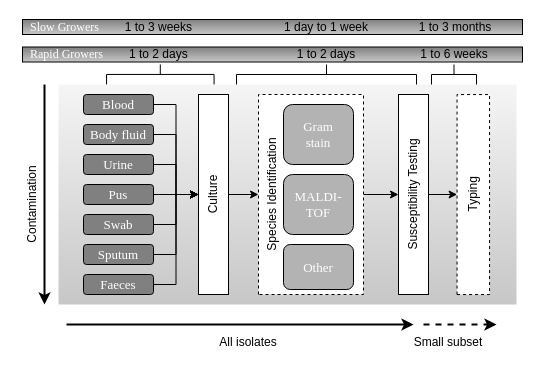
This is figures/introduction/Figure 2 source/Figure 2.drawio from cimendes/PhD-Thesis, a draw.io file, before an edit. Source tidied: cells renumbered, new cells numbered last; positions are measured from the earlier drawing's top-left corner, leaving out a move shared by most shapes. Both pictures are drawn from the tidied source at 100%, with x=0, y=0 at pixel (2, -16).
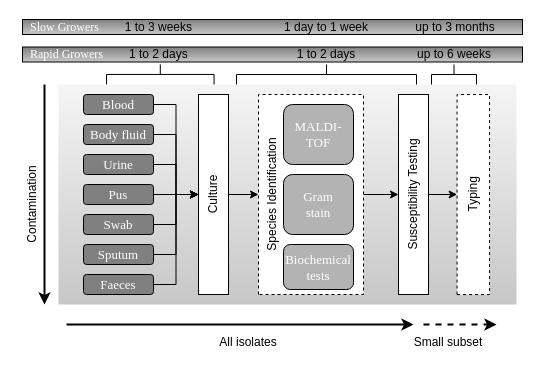
Above is the later version.

Diff of the diagram source:
```diff
@@
-    <mxCell id="22" value="Gram &lt;br&gt;stain" style="rounded=1;whiteSpace=wrap;html=1;labelBackgroundColor=none;fontFamily=Times New Roman;fontSize=13;fontColor=#FFFFFF;fillColor=#B3B3B3;" parent="1" vertex="1">
+    <mxCell id="22" value="MALDI-TOF" style="rounded=1;whiteSpace=wrap;html=1;labelBackgroundColor=none;fontFamily=Times New Roman;fontSize=13;fontColor=#FFFFFF;fillColor=#B3B3B3;" parent="1" vertex="1">
       <mxGeometry x="281" y="120" width="70" height="60" as="geometry" />
     </mxCell>
-    <mxCell id="23" value="MALDI-TOF" style="rounded=1;whiteSpace=wrap;html=1;labelBackgroundColor=none;fontFamily=Times New Roman;fontSize=13;fontColor=#FFFFFF;fillColor=#B3B3B3;" parent="1" vertex="1">
+    <mxCell id="23" value="Gram&lt;br&gt;stain" style="rounded=1;whiteSpace=wrap;html=1;labelBackgroundColor=none;fontFamily=Times New Roman;fontSize=13;fontColor=#FFFFFF;fillColor=#B3B3B3;" parent="1" vertex="1">
       <mxGeometry x="281" y="190" width="70" height="60" as="geometry" />
     </mxCell>
-    <mxCell id="24" value="Other" style="rounded=1;whiteSpace=wrap;html=1;labelBackgroundColor=none;fontFamily=Times New Roman;fontSize=13;fontColor=#FFFFFF;fillColor=#B3B3B3;" parent="1" vertex="1">
+    <mxCell id="24" value="Biochemical tests" style="rounded=1;whiteSpace=wrap;html=1;labelBackgroundColor=none;fontFamily=Times New Roman;fontSize=13;fontColor=#FFFFFF;fillColor=#B3B3B3;" parent="1" vertex="1">
       <mxGeometry x="281" y="260" width="70" height="45" as="geometry" />
     </mxCell>
@@
-    <mxCell id="37" value="1 to 6 weeks" style="text;html=1;strokeColor=none;fillColor=none;align=center;verticalAlign=middle;whiteSpace=wrap;rounded=0;" parent="1" vertex="1">
+    <mxCell id="37" value="up to 6 weeks" style="text;html=1;strokeColor=none;fillColor=none;align=center;verticalAlign=middle;whiteSpace=wrap;rounded=0;" parent="1" vertex="1">
       <mxGeometry x="396.5" y="60" width="110" height="20" as="geometry" />
     </mxCell>
@@
-    <mxCell id="43" value="1 to 3 months" style="text;html=1;strokeColor=none;fillColor=none;align=center;verticalAlign=middle;whiteSpace=wrap;rounded=0;" parent="1" vertex="1">
+    <mxCell id="43" value="up to 3 months" style="text;html=1;strokeColor=none;fillColor=none;align=center;verticalAlign=middle;whiteSpace=wrap;rounded=0;" parent="1" vertex="1">
       <mxGeometry x="401" y="32.5" width="103.5" height="20" as="geometry" />
     </mxCell>
```
